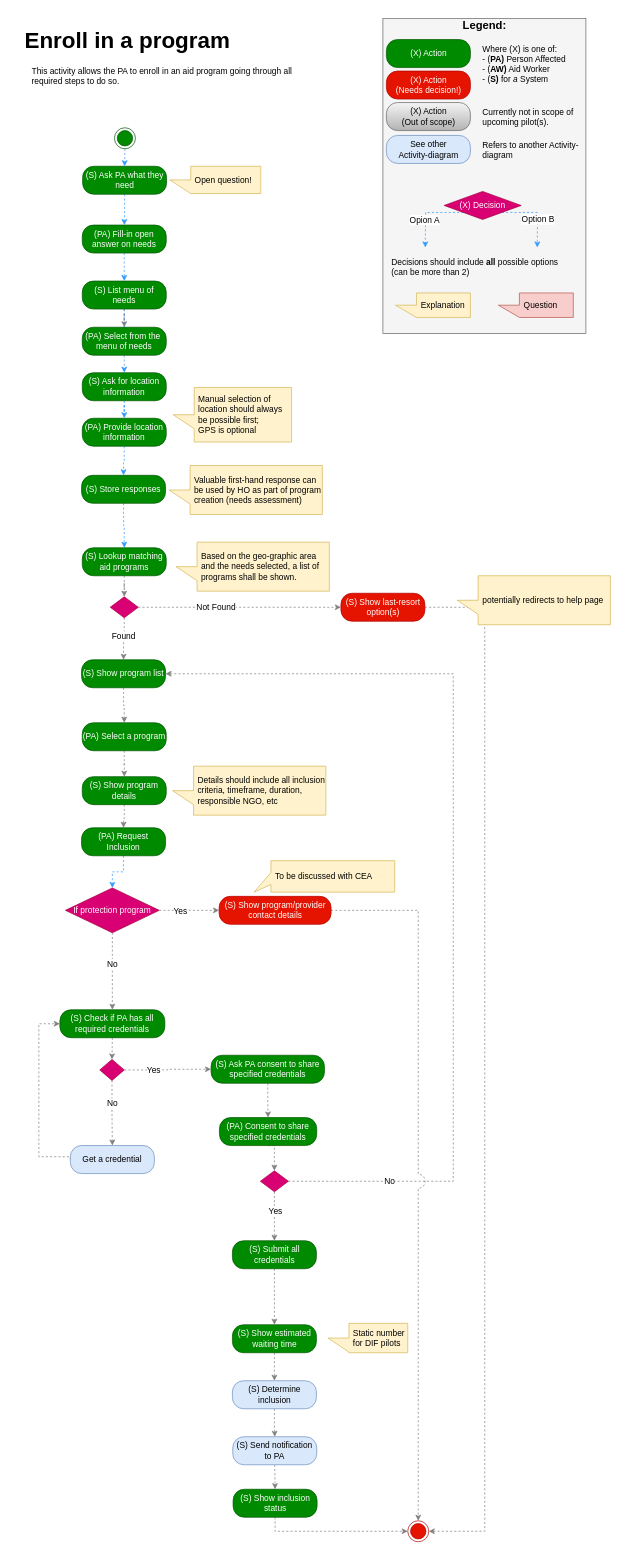
nsward/diagrams keeps this draw.io diagram as Activity Diagrams/Enroll in a program activity.drawio. Above is the earlier version. Source tidied: cells renumbered, new cells numbered last; positions are measured from the earlier drawing's top-left corner, leaving out a move shared by most shapes. Both pictures are drawn from the tidied source at 70%, with x=0, y=0 at pixel (12, 12).
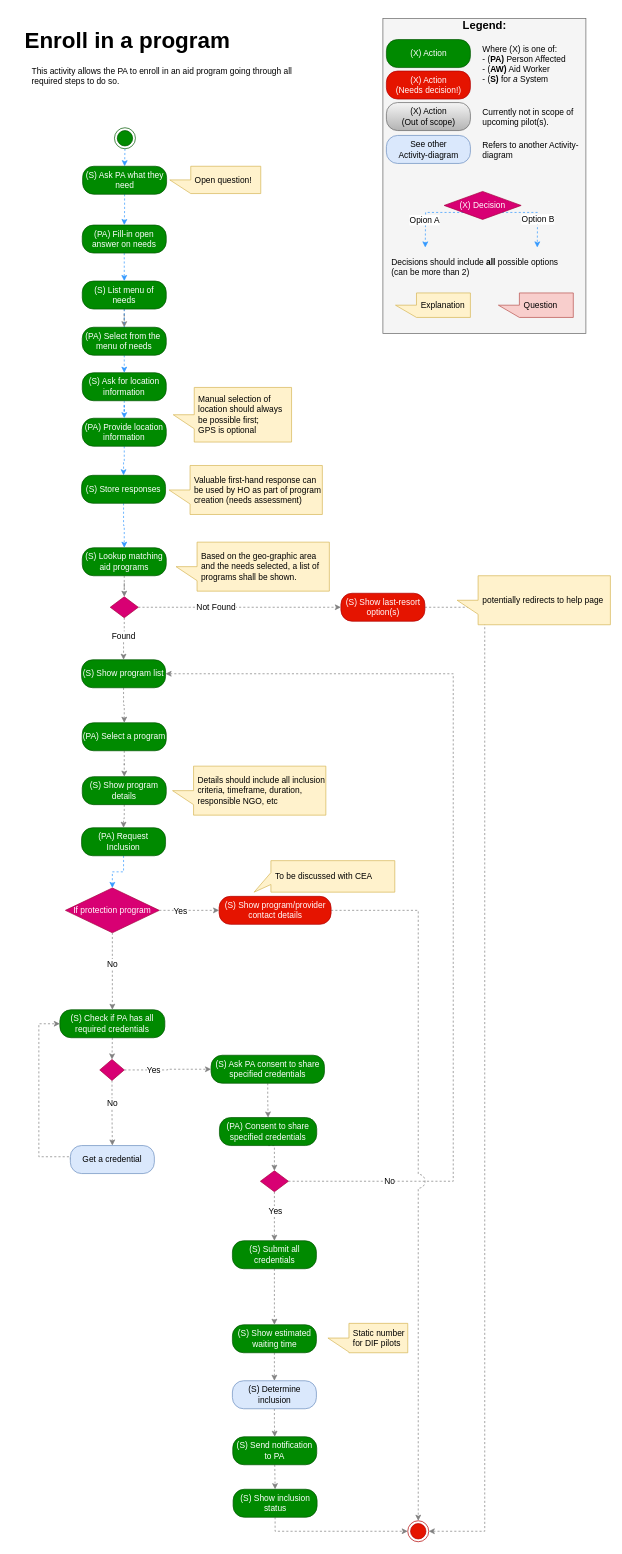
The same diagram, later.

Commit message:
Remove send notification to PA sub activity

Diff of the diagram source:
```diff
@@
-    <mxCell id="41" value="(S) Send notification to PA" style="rounded=1;whiteSpace=wrap;html=1;arcSize=40;fillColor=#dae8fc;strokeColor=#6c8ebf;fontColor=#000000;" parent="1" vertex="1">
+    <mxCell id="41" value="(S) Send notification to PA" style="rounded=1;whiteSpace=wrap;html=1;arcSize=40;fillColor=#008a00;strokeColor=#005700;fontColor=#ffffff;" parent="1" vertex="1">
       <mxGeometry x="315" y="2035" width="120" height="40" as="geometry" />
     </mxCell>
```
